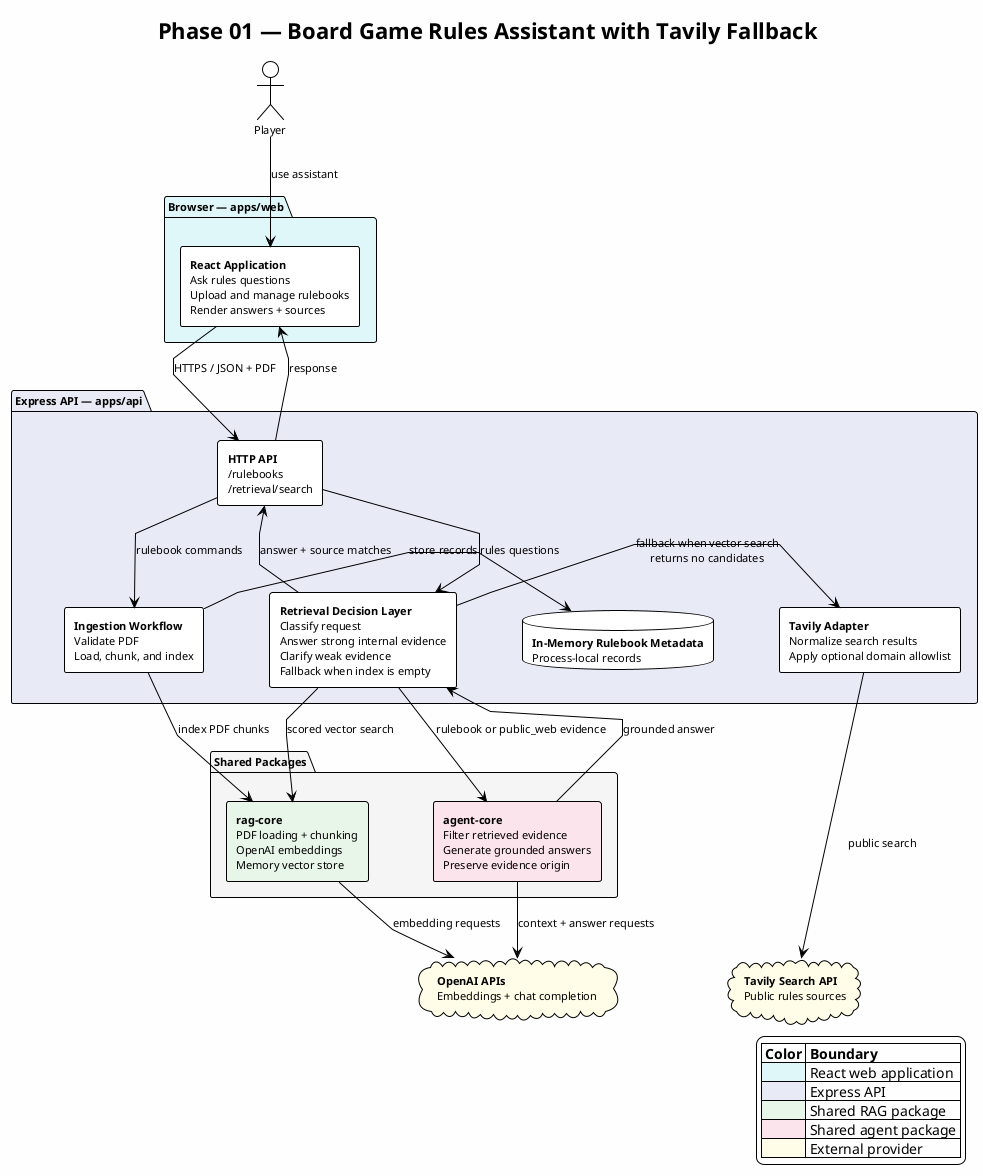
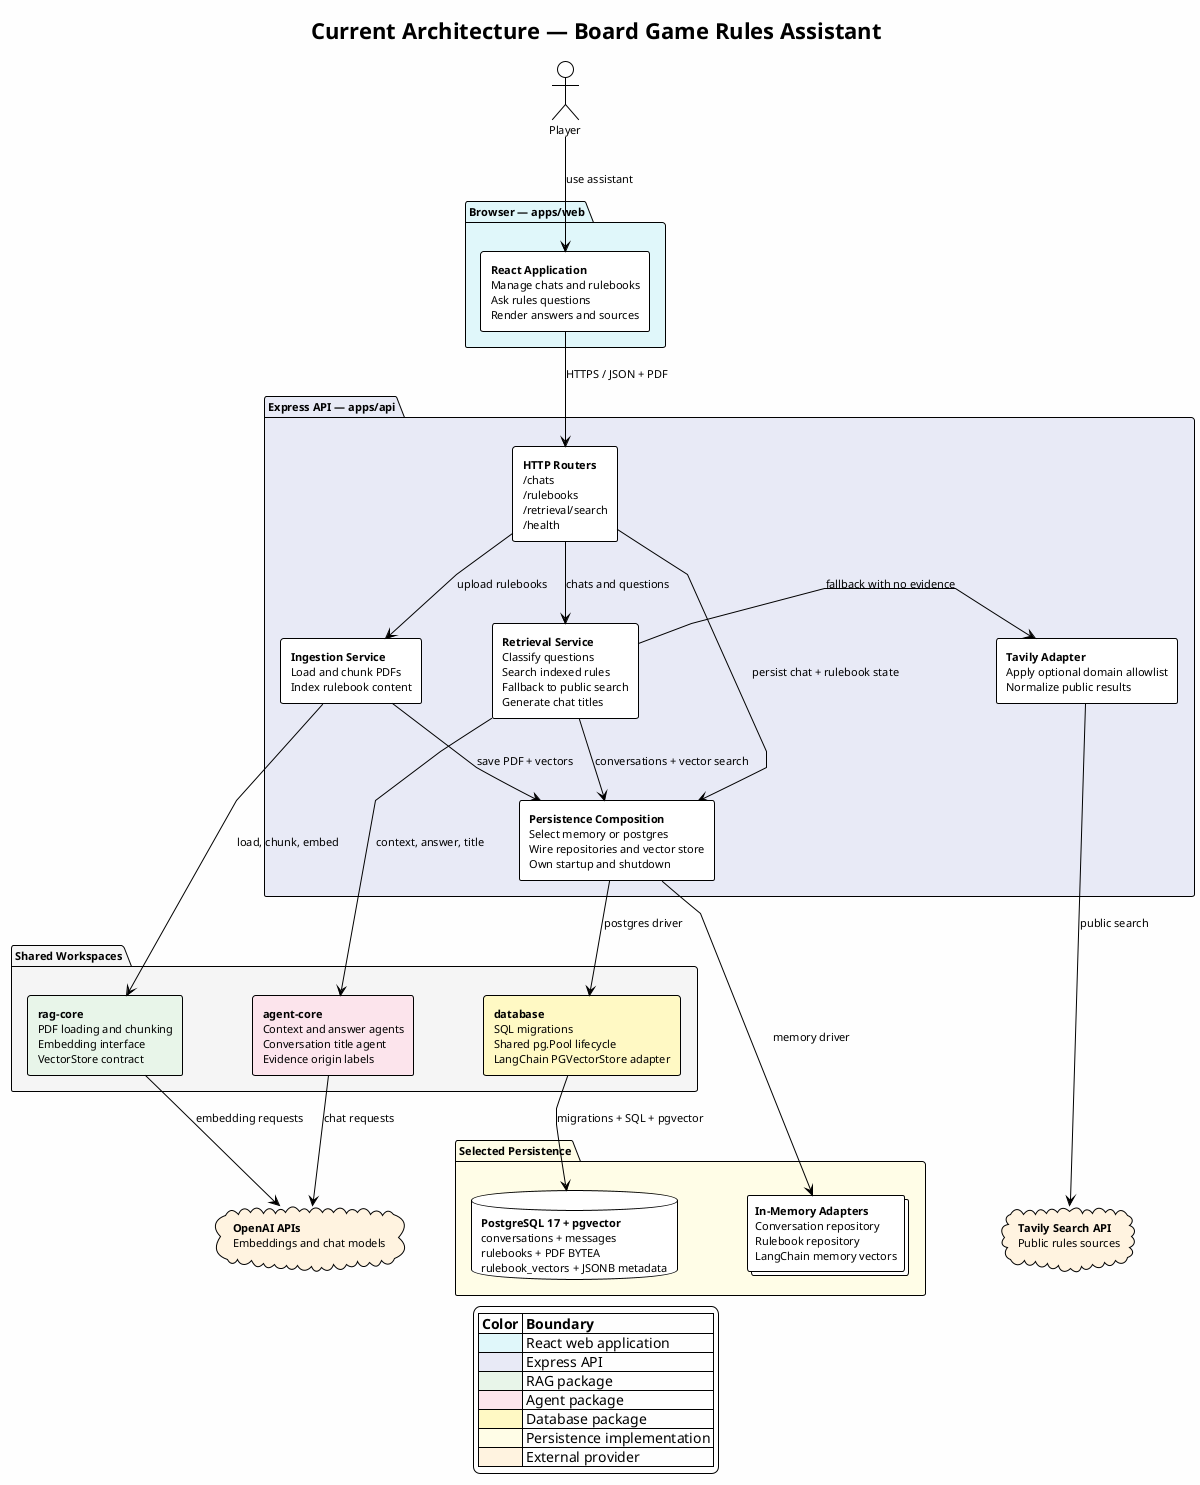
@startuml phase-01-system-architecture
!theme plain
top to bottom direction

skinparam backgroundColor #FEFEFE
skinparam shadowing false
skinparam componentStyle rectangle
skinparam defaultFontSize 11
skinparam linetype polyline
- skinparam nodesep 65
- skinparam ranksep 55
+ skinparam nodesep 70
+ skinparam ranksep 65

- title Phase 01 — Board Game Rules Assistant with Tavily Fallback
+ title Current Architecture — Board Game Rules Assistant

actor "Player" as player

package "Browser — apps/web" as web #E0F7FA {
-   rectangle "**React Application**\nAsk rules questions\nUpload and manage rulebooks\nRender answers + sources" as browser_app #FFFFFF
+   rectangle "**React Application**\nManage chats and rulebooks\nAsk rules questions\nRender answers and sources" as browser_app #FFFFFF
}

package "Express API — apps/api" as api #E8EAF6 {
-   rectangle "**HTTP API**\n/rulebooks\n/retrieval/search" as http_api #FFFFFF
-   rectangle "**Ingestion Workflow**\nValidate PDF\nLoad, chunk, and index" as ingestion #FFFFFF
-   rectangle "**Retrieval Decision Layer**\nClassify request\nAnswer strong internal evidence\nClarify weak evidence\nFallback when index is empty" as retrieval #FFFFFF
-   rectangle "**Tavily Adapter**\nNormalize search results\nApply optional domain allowlist" as tavily_adapter #FFFFFF
-   database "**In-Memory Rulebook Metadata**\nProcess-local records" as metadata #FFFFFF
+   rectangle "**HTTP Routers**\n/chats\n/rulebooks\n/retrieval/search\n/health" as http_api #FFFFFF
+   rectangle "**Ingestion Service**\nLoad and chunk PDFs\nIndex rulebook content" as ingestion #FFFFFF
+   rectangle "**Retrieval Service**\nClassify questions\nSearch indexed rules\nFallback to public search\nGenerate chat titles" as retrieval #FFFFFF
+   rectangle "**Persistence Composition**\nSelect memory or postgres\nWire repositories and vector store\nOwn startup and shutdown" as composition #FFFFFF
+   rectangle "**Tavily Adapter**\nApply optional domain allowlist\nNormalize public results" as tavily_adapter #FFFFFF
}

- package "Shared Packages" as shared #F5F5F5 {
-   rectangle "**rag-core**\nPDF loading + chunking\nOpenAI embeddings\nMemory vector store" as rag_core #E8F5E9
-   rectangle "**agent-core**\nFilter retrieved evidence\nGenerate grounded answers\nPreserve evidence origin" as agent_core #FCE4EC
+ package "Shared Workspaces" as shared #F5F5F5 {
+   rectangle "**rag-core**\nPDF loading and chunking\nEmbedding interface\nVectorStore contract" as rag_core #E8F5E9
+   rectangle "**agent-core**\nContext and answer agents\nConversation title agent\nEvidence origin labels" as agent_core #FCE4EC
+   rectangle "**database**\nSQL migrations\nShared pg.Pool lifecycle\nLangChain PGVectorStore adapter" as database_package #FFF9C4
}

- cloud "**OpenAI APIs**\nEmbeddings + chat completion" as openai #FFFDE7
- cloud "**Tavily Search API**\nPublic rules sources" as tavily #FFFDE7
+ package "Selected Persistence" as persistence #FFFDE7 {
+   database "**PostgreSQL 17 + pgvector**\nconversations + messages\nrulebooks + PDF BYTEA\nrulebook_vectors + JSONB metadata" as postgres #FFFFFF
+   collections "**In-Memory Adapters**\nConversation repository\nRulebook repository\nLangChain memory vectors" as memory #FFFFFF
+ }
+ 
+ cloud "**OpenAI APIs**\nEmbeddings and chat models" as openai #FFF3E0
+ cloud "**Tavily Search API**\nPublic rules sources" as tavily #FFF3E0

player -down-> browser_app : use assistant
browser_app -down-> http_api : HTTPS / JSON + PDF

- http_api -down-> ingestion : rulebook commands
- http_api -down-> retrieval : rules questions
- ingestion -left-> metadata : store records
- ingestion -down-> rag_core : index PDF chunks
+ http_api -down-> ingestion : upload rulebooks
+ http_api -down-> retrieval : chats and questions
+ http_api -right-> composition : persist chat + rulebook state

- retrieval -down-> rag_core : scored vector search
- retrieval -down-> agent_core : rulebook or public_web evidence
- retrieval -right-> tavily_adapter : fallback when vector search\nreturns no candidates
- tavily_adapter -down-> tavily : public search
+ ingestion -down-> rag_core : load, chunk, embed
+ ingestion -down-> composition : save PDF + vectors
+ retrieval -down-> composition : conversations + vector search
+ retrieval -down-> agent_core : context, answer, title
+ retrieval -right-> tavily_adapter : fallback with no evidence
+ tavily_adapter -right-> tavily : public search
+ 
+ composition -down-> database_package : postgres driver
+ composition -right-> memory : memory driver
+ database_package -down-> postgres : migrations + SQL + pgvector

rag_core -down-> openai : embedding requests
- agent_core -down-> openai : context + answer requests
- agent_core -up-> retrieval : grounded answer
- retrieval -up-> http_api : answer + source matches
- http_api -up-> browser_app : response
+ agent_core -down-> openai : chat requests

- metadata -[hidden]right- ingestion
+ ingestion -[hidden]right- retrieval
rag_core -[hidden]right- agent_core
+ database_package -[hidden]right- memory
openai -[hidden]right- tavily

- legend right
+ legend bottom
|= Color |= Boundary |
| <#E0F7FA> | React web application |
| <#E8EAF6> | Express API |
- | <#E8F5E9> | Shared RAG package |
- | <#FCE4EC> | Shared agent package |
- | <#FFFDE7> | External provider |
+ | <#E8F5E9> | RAG package |
+ | <#FCE4EC> | Agent package |
+ | <#FFF9C4> | Database package |
+ | <#FFFDE7> | Persistence implementation |
+ | <#FFF3E0> | External provider |
endlegend

@enduml
